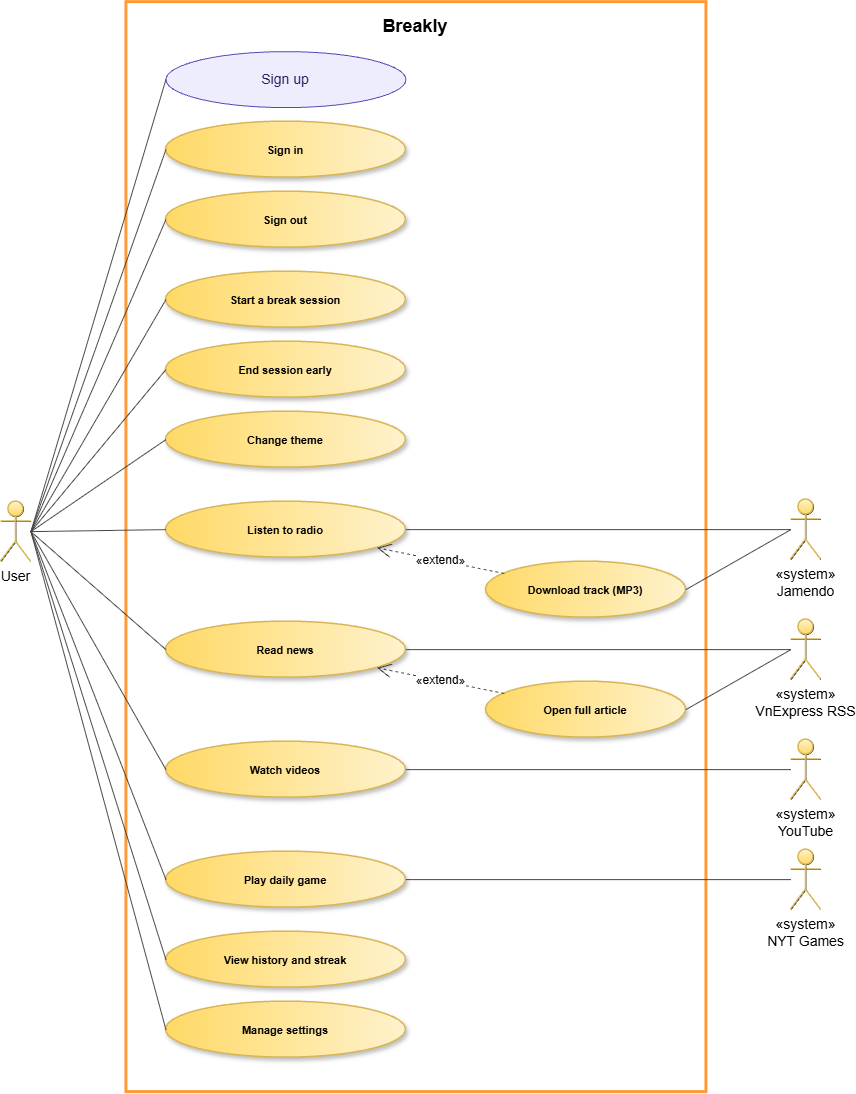
Before: report/graphics/usecase/uc00_overall.png, a diagram exported from draw.io (phuocsangcs/breakly-mobile). Source tidied: cells renumbered, new cells last; positions are measured from the earlier drawing's top-left corner, leaving out a move shared by most shapes.
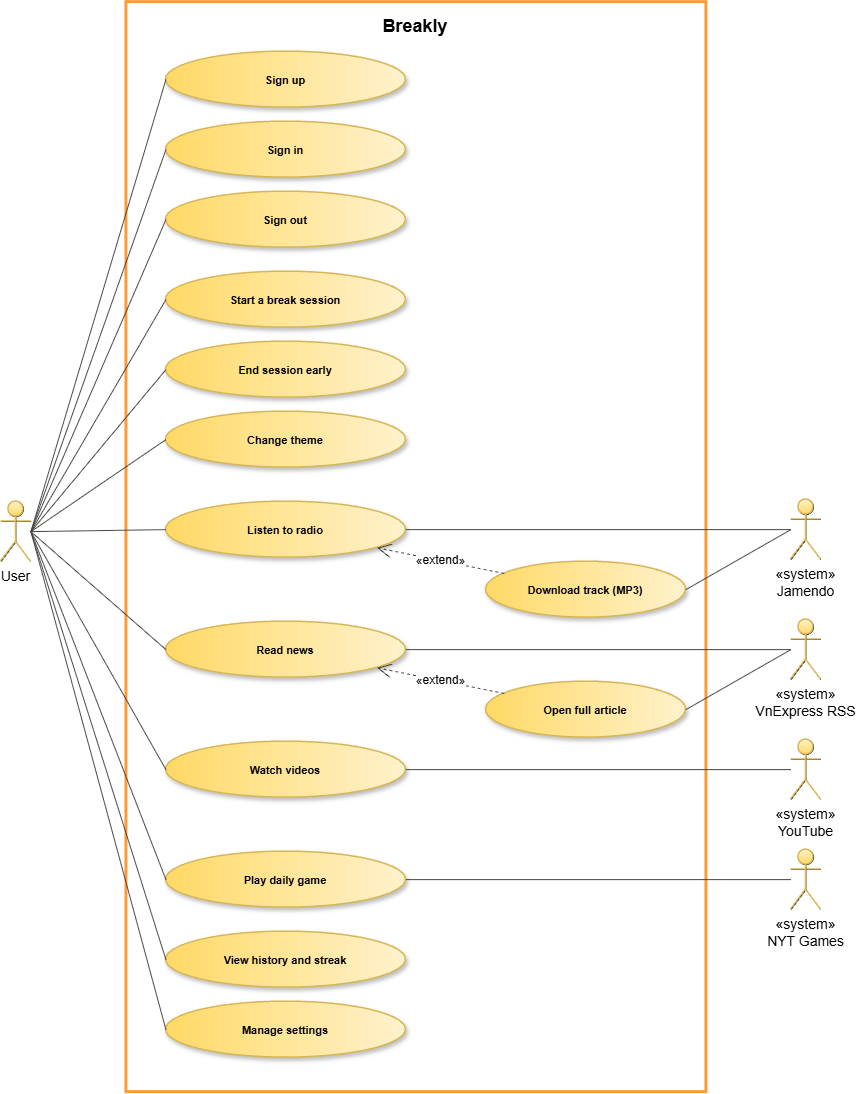
Later version of the same file.

Commit message:
docs(report): fix the Sign up colour in the use case diagram

The edit, as a diff of the source:
```diff
@@ -5,7 +5,7 @@
     <mxCell id="2" value="Breakly" style="rounded=0;whiteSpace=wrap;html=1;fillColor=none;strokeColor=#FF9933;verticalAlign=top;align=center;fontStyle=1;fontSize=18;fontFamily=Helvetica;spacingTop=8;strokeWidth=3;" parent="1" vertex="1">
       <mxGeometry x="125.4" y="0.1" width="580" height="1090" as="geometry" />
     </mxCell>
-    <mxCell id="3" value="Sign up" style="ellipse;whiteSpace=wrap;html=1;fillColor=#EEEDFE;strokeColor=#534AB7;fontColor=#26215C;fontFamily=Helvetica;fontSize=14;" parent="1" vertex="1">
+    <mxCell id="3" value="Sign up" style="ellipse;whiteSpace=wrap;html=1;shapeInside=1;shadow=1;strokeColor=#d6b656;strokeWidth=1.5;align=center;verticalAlign=middle;multiple=0;fontFamily=Helvetica;fontSize=11;fontColor=default;fontStyle=1;fillColor=#fff2cc;gradientColor=#ffd966;gradientDirection=west;" parent="1" vertex="1">
       <mxGeometry x="165.4" y="50.1" width="240" height="56" as="geometry" />
     </mxCell>
     <mxCell id="4" value="Sign in" style="ellipse;whiteSpace=wrap;html=1;shapeInside=1;shadow=1;strokeColor=#d6b656;strokeWidth=1.5;align=center;verticalAlign=middle;multiple=0;fontFamily=Helvetica;fontSize=11;fontColor=default;fontStyle=1;fillColor=#fff2cc;gradientColor=#ffd966;gradientDirection=west;" parent="1" vertex="1">
```
